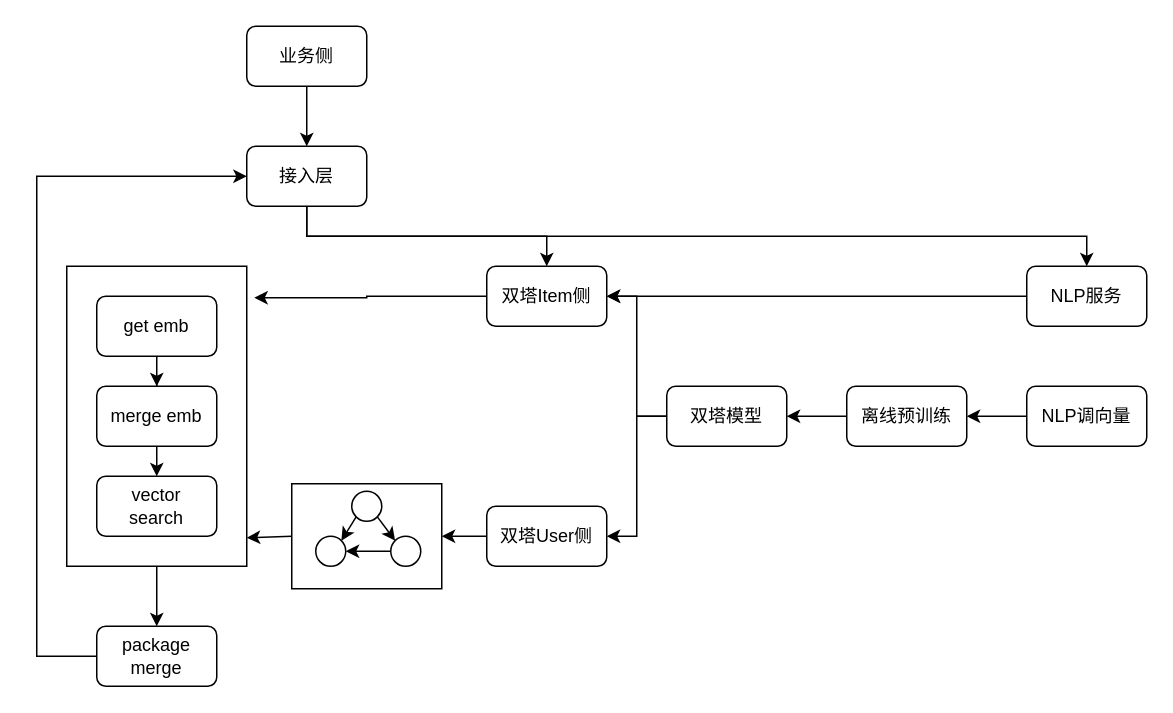
The draw.io diagram 资讯推荐Push.drawio in lafite1987/draw, before the edit. Source tidied: cells renumbered, new cells numbered last; positions are measured from the earlier drawing's top-left corner, leaving out a move shared by most shapes. Both pictures are drawn from the tidied source at 150%, with x=0, y=0 at pixel (36, 26).
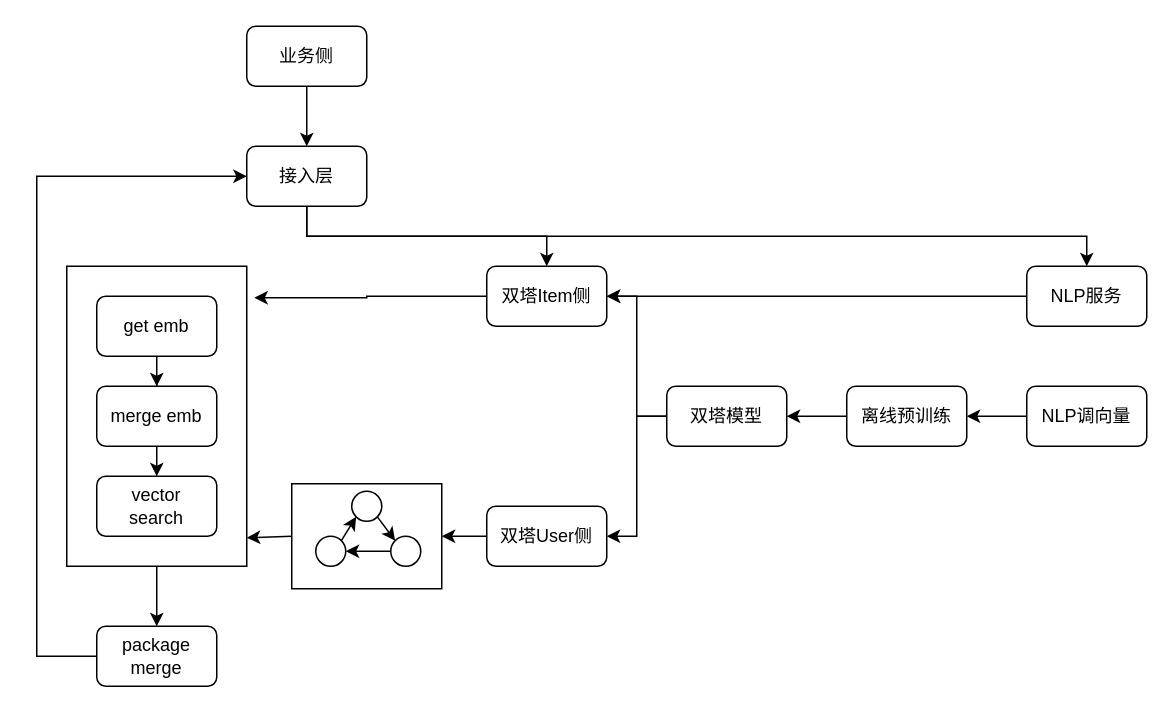
The same diagram, later.

The change refers to these unchanged cells:
```xml
<mxCell id="31" style="ellipse;whiteSpace=wrap;html=1;" parent="1" vertex="1">
  <mxGeometry x="210" y="310" width="20" height="20" as="geometry" />
</mxCell>
<mxCell id="34" style="ellipse;whiteSpace=wrap;html=1;" parent="1" vertex="1">
  <mxGeometry x="186" y="340" width="20" height="20" as="geometry" />
</mxCell>
```

The edit, as a diff of the source:
```diff
@@
-    <mxCell id="29" style="rounded=0;jettySize=auto;html=1;exitX=0;exitY=1;exitDx=0;exitDy=0;entryX=1;entryY=0;entryDx=0;entryDy=0;" parent="1" edge="1" source="31" target="34">
-      <mxGeometry relative="1" as="geometry" />
-    </mxCell>
@@
+    <mxCell id="37" style="rounded=0;jettySize=auto;html=1;exitX=1;exitY=0;exitDx=0;exitDy=0;entryX=0;entryY=1;entryDx=0;entryDy=0;" parent="1" edge="1" source="34" target="31">
+      <mxGeometry relative="1" as="geometry" />
+    </mxCell>
```
